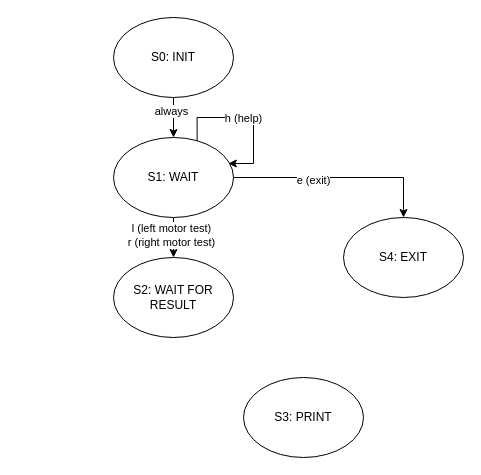
Above: LAB0x03/ME4305LAB0x03TUSTD.drawio in aVetrova04/ME4305 (draw.io), before the change. Source tidied: cells renumbered, new cells numbered last; positions are measured from the earlier drawing's top-left corner, leaving out a move shared by most shapes. Both pictures are drawn from the tidied source at 100%, with x=0, y=0 at pixel (113, 17).
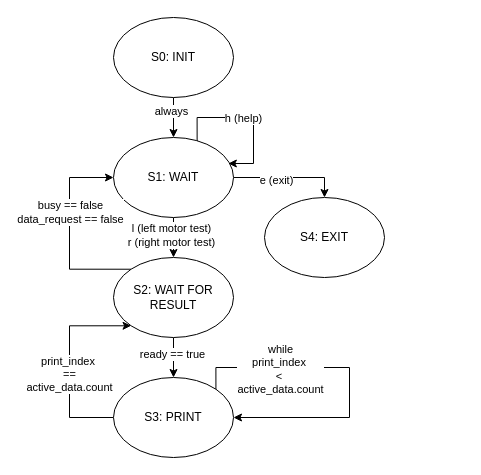
The same diagram, later.

Unchanged cells that the change refers to:
```xml
<mxCell id="10" value="S1: WAIT" style="ellipse;whiteSpace=wrap;html=1;shapeInside=1;" parent="1" vertex="1">
  <mxGeometry y="120" width="120" height="80" as="geometry" />
</mxCell>
<mxCell id="11" value="S2: WAIT FOR RESULT" style="ellipse;whiteSpace=wrap;html=1;shapeInside=1;" parent="1" vertex="1">
  <mxGeometry y="240" width="120" height="80" as="geometry" />
</mxCell>
```

Diff of the diagram source:
```diff
@@
+    <mxCell id="16" style="edgeStyle=orthogonalEdgeStyle;rounded=0;jettySize=auto;html=1;" parent="1" edge="1" source="11" target="12">
+      <mxGeometry relative="1" as="geometry" />
+    </mxCell>
+    <mxCell id="17" value="ready == true" style="edgeLabel;html=1;align=center;verticalAlign=middle;" parent="16" vertex="1">
+      <mxGeometry x="-0.22" y="-2" relative="1" as="geometry" />
+    </mxCell>
+    <mxCell id="18" style="edgeStyle=orthogonalEdgeStyle;rounded=0;jettySize=auto;html=1;entryX=0;entryY=0.5;entryDx=0;entryDy=0;exitX=0;exitY=0;exitDx=0;exitDy=0;" parent="1" edge="1" source="11" target="10">
+      <mxGeometry relative="1" as="geometry">
+        <Array as="points">
+          <mxPoint x="-44" y="251.7" />
+          <mxPoint x="-44" y="160" />
+        </Array>
+      </mxGeometry>
+    </mxCell>
+    <mxCell id="19" value="busy == false&lt;div&gt;data_request == false&lt;/div&gt;" style="edgeLabel;html=1;align=center;verticalAlign=middle;" parent="18" vertex="1">
+      <mxGeometry x="-0.12" y="3" relative="1" as="geometry">
+        <mxPoint x="3" y="-32" as="offset" />
+      </mxGeometry>
+    </mxCell>
@@
+    <mxCell id="20" style="edgeStyle=orthogonalEdgeStyle;rounded=0;jettySize=auto;html=1;entryX=0;entryY=1;entryDx=0;entryDy=0;" parent="1" edge="1" source="12" target="11">
+      <mxGeometry relative="1" as="geometry">
+        <Array as="points">
+          <mxPoint x="-44" y="400" />
+          <mxPoint x="-44" y="308.3" />
+        </Array>
+      </mxGeometry>
+    </mxCell>
+    <mxCell id="21" value="&lt;div&gt;print_index&amp;nbsp;&lt;/div&gt;&lt;div&gt;==&lt;/div&gt;&lt;div&gt;active_data.count&lt;/div&gt;" style="edgeLabel;html=1;align=center;verticalAlign=middle;" parent="20" vertex="1">
+      <mxGeometry x="-0.32" y="1" relative="1" as="geometry">
+        <mxPoint y="-21" as="offset" />
+      </mxGeometry>
+    </mxCell>
     <mxCell id="12" value="S3: PRINT" style="ellipse;whiteSpace=wrap;html=1;shapeInside=1;" parent="1" vertex="1">
-      <mxGeometry x="130" y="360" width="120" height="80" as="geometry" />
+      <mxGeometry y="360" width="120" height="80" as="geometry" />
     </mxCell>
     <mxCell id="13" value="S4: EXIT" style="ellipse;whiteSpace=wrap;html=1;shapeInside=1;" parent="1" vertex="1">
-      <mxGeometry x="230" y="200" width="120" height="80" as="geometry" />
+      <mxGeometry x="151" y="180" width="120" height="80" as="geometry" />
     </mxCell>
@@
+    <mxCell id="22" style="edgeStyle=orthogonalEdgeStyle;rounded=0;orthogonalLoop=1;jettySize=auto;html=1;innerLoopWaypoints=1;exitX=1;exitY=0;exitDx=0;exitDy=0;entryX=1;entryY=0.5;entryDx=0;entryDy=0;" parent="1" edge="1" source="12" target="12">
+      <mxGeometry relative="1" as="geometry">
+        <Array as="points">
+          <mxPoint x="102.4" y="350" />
+          <mxPoint x="236" y="350" />
+          <mxPoint x="236" y="400" />
+        </Array>
+      </mxGeometry>
+    </mxCell>
+    <mxCell id="23" value="&amp;nbsp;while&amp;nbsp;&lt;div&gt;print_index&amp;nbsp;&lt;/div&gt;&lt;div&gt;&amp;lt;&amp;nbsp;&lt;/div&gt;&lt;div&gt;active_data.count&lt;/div&gt;" style="edgeLabel;html=1;align=center;verticalAlign=middle;" parent="22" vertex="1">
+      <mxGeometry x="-0.37" y="-1" relative="1" as="geometry">
+        <mxPoint x="-15" as="offset" />
+      </mxGeometry>
+    </mxCell>
```
